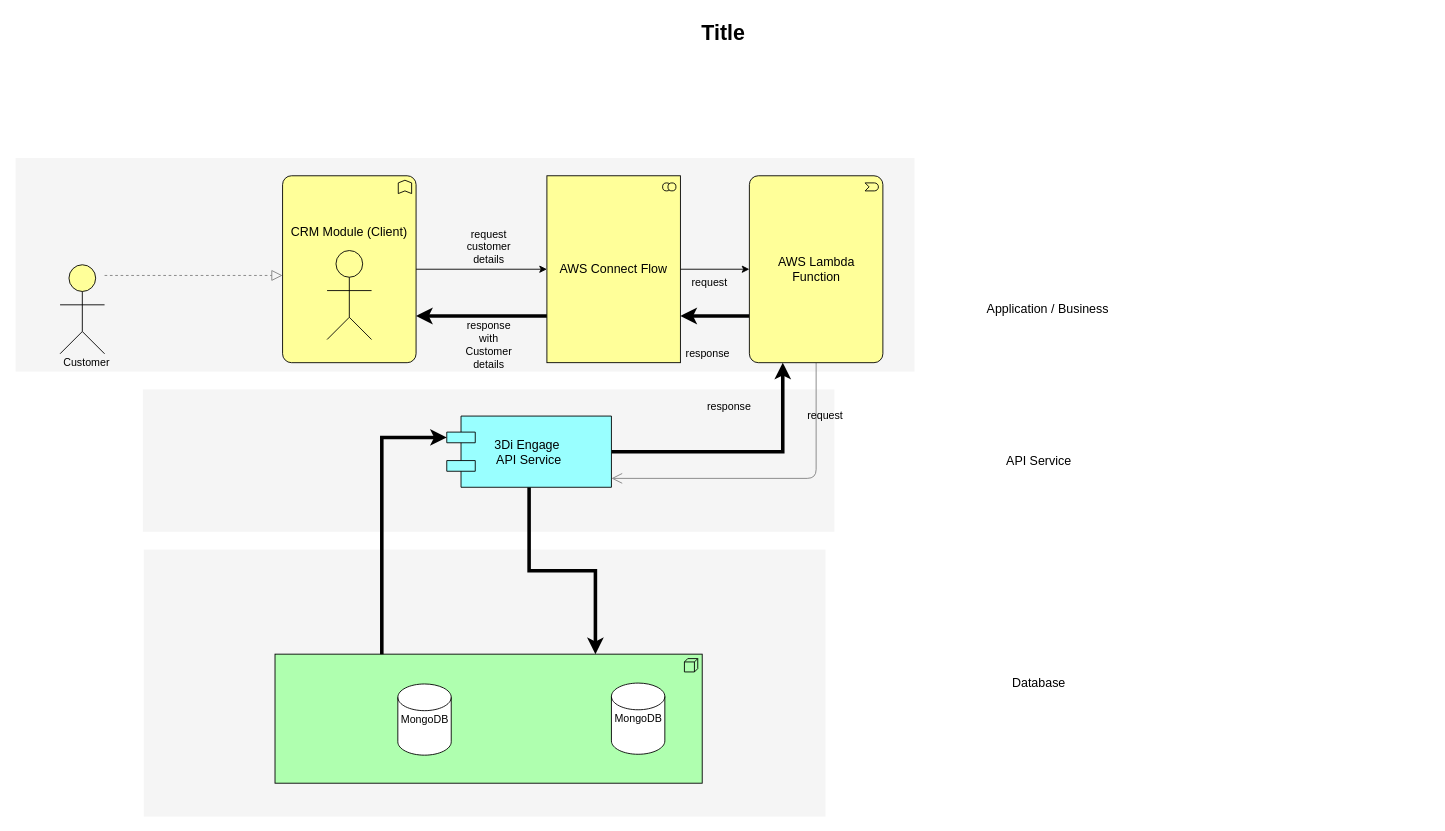
This is Untitled Diagram.drawio from Rajakuman/flowchart, a draw.io file, before an edit. Source tidied: cells renumbered, new cells numbered last; positions are measured from the earlier drawing's top-left corner, leaving out a move shared by most shapes. Both pictures are drawn from the tidied source at 89%, with x=0, y=0 at pixel (15, 15).
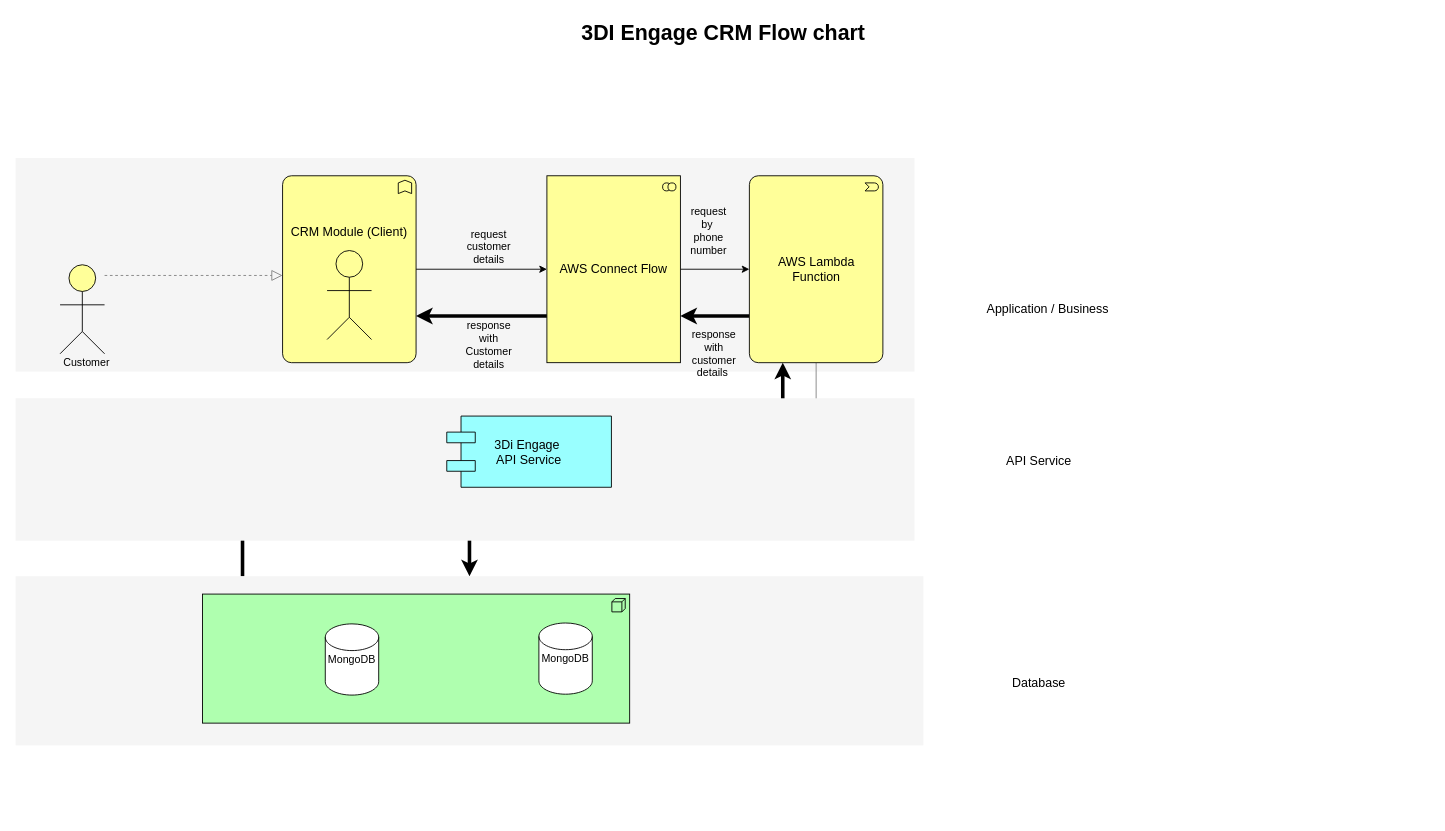
The same diagram, later.

The edit, as a diff of the source:
```diff
@@
-    <mxCell id="2" style="whiteSpace=wrap;html=1;strokeColor=none;strokeWidth=1;fillColor=#f5f5f5;fontSize=14;" parent="1" vertex="1">
-      <mxGeometry x="144" y="600" width="766" height="300" as="geometry" />
-    </mxCell>
-    <mxCell id="3" style="whiteSpace=wrap;html=1;strokeColor=none;strokeWidth=1;fillColor=#f5f5f5;fontSize=14;" parent="1" vertex="1">
-      <mxGeometry x="143" y="420" width="777" height="160" as="geometry" />
-    </mxCell>
@@
-    <mxCell id="5" style="html=1;whiteSpace=wrap;fillColor=#AFFFAF;shape=mxgraph.archimate3.application;appType=node;archiType=square;fontSize=14;verticalAlign=top;" parent="1" vertex="1">
-      <mxGeometry x="291.5" y="717.5" width="480" height="145" as="geometry" />
-    </mxCell>
@@
-    <mxCell id="7" style="edgeStyle=orthogonalEdgeStyle;rounded=0;jumpStyle=arc;jettySize=auto;html=1;entryX=0.75;entryY=0;entryDx=0;entryDy=0;entryPerimeter=0;strokeWidth=4;" parent="1" edge="1" source="9" target="5">
+    <mxCell id="7" style="edgeStyle=orthogonalEdgeStyle;rounded=0;jumpStyle=arc;jettySize=auto;html=1;strokeWidth=4;" parent="1" edge="1" source="9" target="2">
       <mxGeometry relative="1" as="geometry" />
     </mxCell>
@@
-    <mxCell id="9" value="3Di Engage &#10;API Service" style="shape=component;align=center;fillColor=#99ffff;gradientColor=none;fontSize=14;" parent="1" vertex="1">
-      <mxGeometry x="484.5" y="450" width="185" height="80" as="geometry" />
-    </mxCell>
@@
-    <mxCell id="22" value="Title" style="text;strokeColor=none;fillColor=none;html=1;fontSize=24;fontStyle=1;verticalAlign=middle;align=center;" parent="1" vertex="1">
+    <mxCell id="22" value="3DI Engage CRM Flow chart" style="text;strokeColor=none;fillColor=none;html=1;fontSize=24;fontStyle=1;verticalAlign=middle;align=center;" parent="1" vertex="1">
       <mxGeometry width="1590" height="40" as="geometry" />
     </mxCell>
-    <mxCell id="23" value="MongoDB" style="shape=cylinder2;whiteSpace=wrap;html=1;boundedLbl=1;backgroundOutline=1;size=15;" parent="1" vertex="1">
-      <mxGeometry x="669.5" y="750" width="60" height="80" as="geometry" />
-    </mxCell>
-    <mxCell id="24" style="edgeStyle=orthogonalEdgeStyle;rounded=0;jumpStyle=arc;jettySize=auto;html=1;entryX=0;entryY=0.3;entryDx=0;entryDy=0;strokeWidth=4;exitX=0.25;exitY=0;exitDx=0;exitDy=0;exitPerimeter=0;" parent="1" edge="1" source="5" target="9">
+    <mxCell id="24" style="edgeStyle=orthogonalEdgeStyle;rounded=0;jumpStyle=arc;jettySize=auto;html=1;entryX=0;entryY=0.3;entryDx=0;entryDy=0;strokeWidth=4;exitX=0.25;exitY=0;exitDx=0;exitDy=0;" parent="1" edge="1" source="2" target="9">
       <mxGeometry relative="1" as="geometry" />
     </mxCell>
-    <mxCell id="25" value="MongoDB" style="shape=cylinder2;whiteSpace=wrap;html=1;boundedLbl=1;backgroundOutline=1;size=15;" parent="1" vertex="1">
-      <mxGeometry x="429.5" y="751" width="60" height="80" as="geometry" />
-    </mxCell>
@@
-    <mxCell id="28" value="request" style="text;html=1;strokeColor=none;fillColor=none;align=center;verticalAlign=middle;whiteSpace=wrap;rounded=0;" parent="1" vertex="1">
-      <mxGeometry x="750" y="290" width="60" height="20" as="geometry" />
+    <mxCell id="28" value="request&lt;br&gt;by&amp;nbsp;&lt;br&gt;phone number" style="text;html=1;strokeColor=none;fillColor=none;align=center;verticalAlign=middle;whiteSpace=wrap;rounded=0;" parent="1" vertex="1">
+      <mxGeometry x="748.5" y="212" width="60" height="60" as="geometry" />
     </mxCell>
@@
-    <mxCell id="31" value="response" style="text;html=1;strokeColor=none;fillColor=none;align=center;verticalAlign=middle;whiteSpace=wrap;rounded=0;" parent="1" vertex="1">
-      <mxGeometry x="747.5" y="370" width="60" height="20" as="geometry" />
+    <mxCell id="31" value="response with customer details&amp;nbsp;" style="text;html=1;strokeColor=none;fillColor=none;align=center;verticalAlign=middle;whiteSpace=wrap;rounded=0;" parent="1" vertex="1">
+      <mxGeometry x="754.5" y="370" width="60" height="20" as="geometry" />
     </mxCell>
@@
+    <mxCell id="34" style="group;" parent="1" vertex="1">
+      <mxGeometry y="630" width="1020" height="190" as="geometry" />
+    </mxCell>
+    <mxCell id="2" style="whiteSpace=wrap;html=1;strokeColor=none;strokeWidth=1;fillColor=#f5f5f5;fontSize=14;" parent="34" vertex="1">
+      <mxGeometry width="1020" height="190" as="geometry" />
+    </mxCell>
+    <mxCell id="35" style="group;" parent="34" vertex="1">
+      <mxGeometry x="210" y="20" width="480" height="145" as="geometry" />
+    </mxCell>
+    <mxCell id="5" style="html=1;whiteSpace=wrap;fillColor=#AFFFAF;shape=mxgraph.archimate3.application;appType=node;archiType=square;fontSize=14;verticalAlign=top;" parent="35" vertex="1">
+      <mxGeometry width="480" height="145" as="geometry" />
+    </mxCell>
+    <mxCell id="23" value="MongoDB" style="shape=cylinder2;whiteSpace=wrap;html=1;boundedLbl=1;backgroundOutline=1;size=15;" parent="35" vertex="1">
+      <mxGeometry x="378" y="32.5" width="60" height="80" as="geometry" />
+    </mxCell>
+    <mxCell id="25" value="MongoDB" style="shape=cylinder2;whiteSpace=wrap;html=1;boundedLbl=1;backgroundOutline=1;size=15;" parent="35" vertex="1">
+      <mxGeometry x="138" y="33.5" width="60" height="80" as="geometry" />
+    </mxCell>
+    <mxCell id="36" style="group;" parent="1" vertex="1">
+      <mxGeometry y="430" width="1010" height="160" as="geometry" />
+    </mxCell>
+    <mxCell id="3" style="whiteSpace=wrap;html=1;strokeColor=none;strokeWidth=1;fillColor=#f5f5f5;fontSize=14;" parent="36" vertex="1">
+      <mxGeometry width="1010" height="160" as="geometry" />
+    </mxCell>
+    <mxCell id="9" value="3Di Engage &#10;API Service" style="shape=component;align=center;fillColor=#99ffff;gradientColor=none;fontSize=14;" parent="36" vertex="1">
+      <mxGeometry x="484.5" y="20" width="185" height="80" as="geometry" />
+    </mxCell>
```
